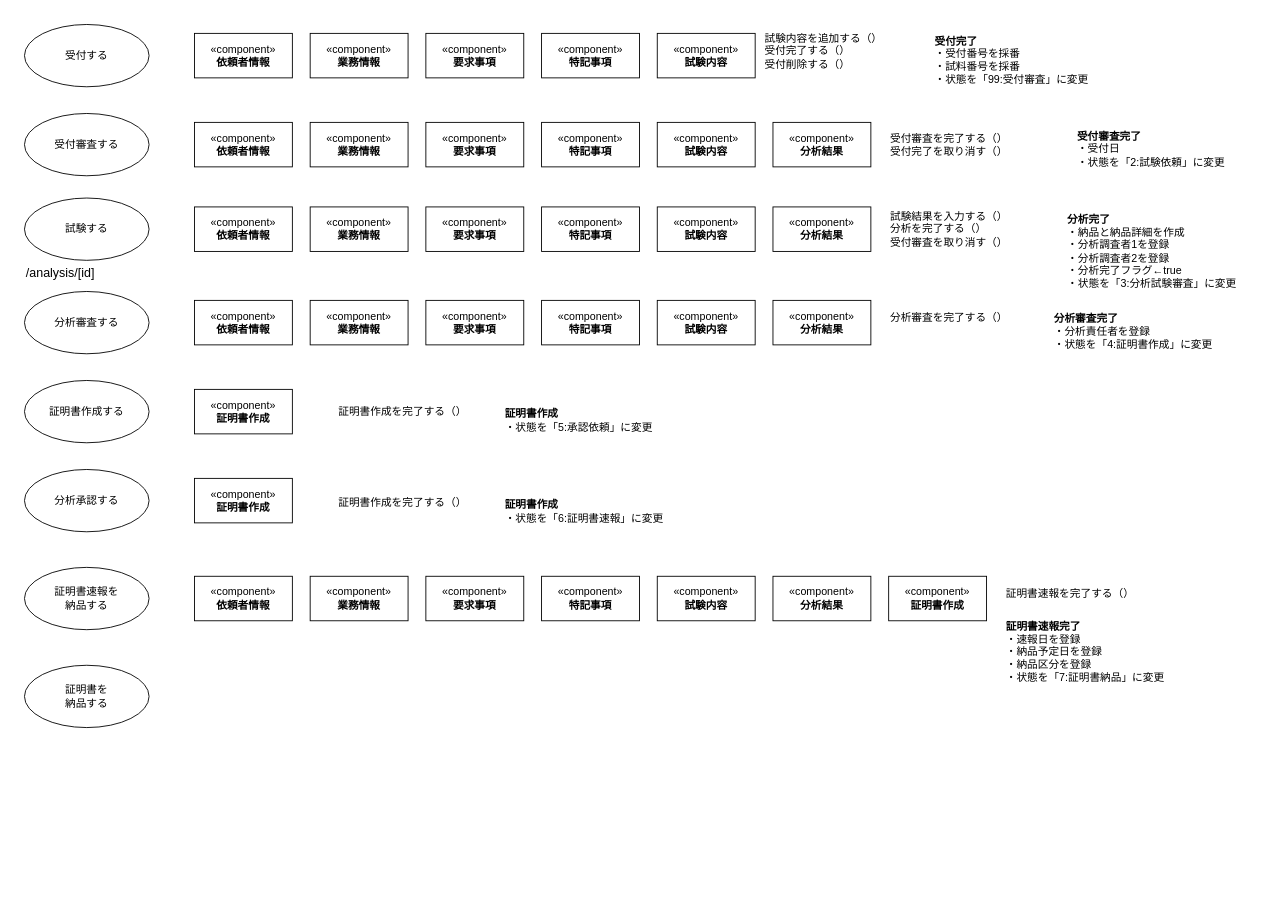
Above: page "コンポーネント検討" (7 of 8) of NELAB.drawio in kaoru387/draw.io (draw.io), before the change. Source tidied: cells renumbered, new cells numbered last; positions are measured from the earlier drawing's top-left corner, leaving out a move shared by most shapes. Both pictures are drawn from the tidied source at 89%, with x=0, y=0 at pixel (24, 15).
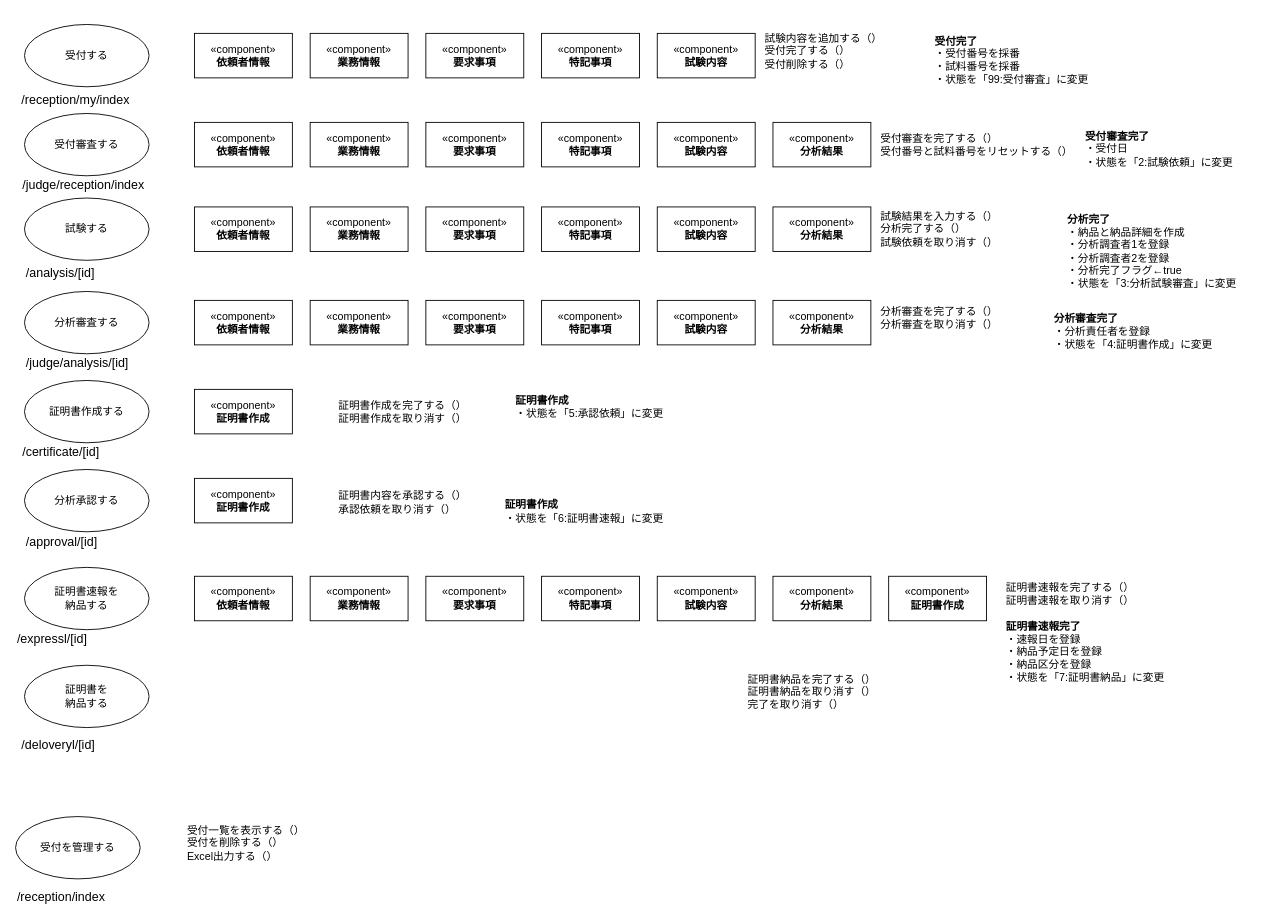
The same page after the edit.

Commit message:
NELAB.drawio を更新します

The edit, as a diff of the source:
```diff
@@
-    <mxCell id="26" value="&lt;div&gt;&lt;span style=&quot;background-color: initial;&quot;&gt;受付審査を完了する（）&lt;/span&gt;&lt;br&gt;&lt;/div&gt;&lt;div&gt;受付完了を取り消す（）&lt;/div&gt;" style="text;html=1;align=left;verticalAlign=middle;whiteSpace=wrap;rounded=0;" parent="1" vertex="1">
-      <mxGeometry x="971" y="105" width="210" height="80" as="geometry" />
+    <mxCell id="26" value="&lt;div&gt;&lt;span style=&quot;background-color: initial;&quot;&gt;受付審査を完了する（）&lt;/span&gt;&lt;br&gt;&lt;/div&gt;&lt;div&gt;受付番号と試料番号をリセットする（）&lt;/div&gt;" style="text;html=1;align=left;verticalAlign=middle;whiteSpace=wrap;rounded=0;" parent="1" vertex="1">
+      <mxGeometry x="960" y="105" width="220" height="80" as="geometry" />
     </mxCell>
@@
-    <mxCell id="33" value="&lt;div&gt;&lt;span style=&quot;background-color: initial;&quot;&gt;試験結果を入力する（）&lt;/span&gt;&lt;/div&gt;&lt;div&gt;&lt;span style=&quot;background-color: initial;&quot;&gt;分析を完了する（）&lt;/span&gt;&lt;/div&gt;&lt;div&gt;&lt;span style=&quot;background-color: initial;&quot;&gt;受付審査を取り消す（）&lt;/span&gt;&lt;/div&gt;" style="text;html=1;align=left;verticalAlign=middle;whiteSpace=wrap;rounded=0;" parent="1" vertex="1">
-      <mxGeometry x="971" y="210" width="170" height="60" as="geometry" />
+    <mxCell id="33" value="&lt;div&gt;&lt;span style=&quot;background-color: initial;&quot;&gt;試験結果を入力する（）&lt;/span&gt;&lt;/div&gt;&lt;div&gt;&lt;span style=&quot;background-color: initial;&quot;&gt;分析完了する（）&lt;/span&gt;&lt;/div&gt;&lt;div&gt;&lt;span style=&quot;background-color: initial;&quot;&gt;試験依頼を取り消す（）&lt;/span&gt;&lt;/div&gt;" style="text;html=1;align=left;verticalAlign=middle;whiteSpace=wrap;rounded=0;" parent="1" vertex="1">
+      <mxGeometry x="960" y="210" width="170" height="60" as="geometry" />
     </mxCell>
@@
     <mxCell id="35" value="&lt;div&gt;&lt;b&gt;受付審査完了&lt;/b&gt;&lt;/div&gt;&lt;div&gt;・受付日&lt;/div&gt;&lt;div&gt;&lt;span style=&quot;background-color: initial;&quot;&gt;・状態を&lt;/span&gt;「&lt;span style=&quot;background-color: initial;&quot;&gt;2:&lt;/span&gt;&lt;span style=&quot;background-color: initial;&quot;&gt;試験依頼」に変更&lt;/span&gt;&lt;/div&gt;" style="text;html=1;align=left;verticalAlign=middle;whiteSpace=wrap;rounded=0;" parent="1" vertex="1">
-      <mxGeometry x="1181" y="110" width="210" height="80" as="geometry" />
+      <mxGeometry x="1190" y="110" width="210" height="80" as="geometry" />
     </mxCell>
@@
-    <mxCell id="37" value="&lt;div&gt;&lt;span style=&quot;background-color: initial;&quot;&gt;分析審査を完了する（）&lt;/span&gt;&lt;/div&gt;" style="text;html=1;align=left;verticalAlign=middle;whiteSpace=wrap;rounded=0;" parent="1" vertex="1">
-      <mxGeometry x="971" y="310" width="170" height="60" as="geometry" />
+    <mxCell id="37" value="&lt;div&gt;&lt;span style=&quot;background-color: initial;&quot;&gt;分析審査を完了する（）&lt;/span&gt;&lt;/div&gt;&lt;div&gt;&lt;span style=&quot;background-color: initial;&quot;&gt;分析審査を取り消す（）&lt;/span&gt;&lt;/div&gt;" style="text;html=1;align=left;verticalAlign=middle;whiteSpace=wrap;rounded=0;" parent="1" vertex="1">
+      <mxGeometry x="960" y="310" width="170" height="60" as="geometry" />
     </mxCell>
@@
-    <mxCell id="40" value="&lt;div&gt;&lt;span style=&quot;background-color: initial;&quot;&gt;証明書作成を完了する（）&lt;/span&gt;&lt;/div&gt;" style="text;html=1;align=left;verticalAlign=middle;whiteSpace=wrap;rounded=0;" parent="1" vertex="1">
+    <mxCell id="40" value="&lt;div&gt;&lt;span style=&quot;background-color: initial;&quot;&gt;証明書作成を完了する（）&lt;/span&gt;&lt;/div&gt;&lt;div&gt;&lt;span style=&quot;background-color: initial;&quot;&gt;証明書作成を取り消す（）&lt;/span&gt;&lt;/div&gt;" style="text;html=1;align=left;verticalAlign=middle;whiteSpace=wrap;rounded=0;" parent="1" vertex="1">
       <mxGeometry x="351" y="415" width="170" height="60" as="geometry" />
     </mxCell>
@@
     <mxCell id="42" value="&lt;div&gt;&lt;b&gt;証明書作成&lt;/b&gt;&lt;/div&gt;&lt;div&gt;&lt;span style=&quot;background-color: initial;&quot;&gt;・状態を&lt;/span&gt;「5:承認依頼」に変更&lt;/div&gt;" style="text;html=1;align=left;verticalAlign=middle;whiteSpace=wrap;rounded=0;" parent="1" vertex="1">
-      <mxGeometry x="538" y="420" width="210" height="70" as="geometry" />
+      <mxGeometry x="550" y="405" width="210" height="70" as="geometry" />
     </mxCell>
@@
-    <mxCell id="44" value="&lt;div&gt;&lt;span style=&quot;background-color: initial;&quot;&gt;証明書作成を完了する（）&lt;/span&gt;&lt;/div&gt;" style="text;html=1;align=left;verticalAlign=middle;whiteSpace=wrap;rounded=0;" parent="1" vertex="1">
+    <mxCell id="44" value="&lt;div&gt;&lt;span style=&quot;background-color: initial;&quot;&gt;証明書内容を承認する（）&lt;/span&gt;&lt;/div&gt;&lt;div&gt;&lt;span style=&quot;background-color: initial;&quot;&gt;承認依頼を取り消す（）&lt;/span&gt;&lt;/div&gt;" style="text;html=1;align=left;verticalAlign=middle;whiteSpace=wrap;rounded=0;" parent="1" vertex="1">
       <mxGeometry x="351" y="517" width="170" height="60" as="geometry" />
     </mxCell>
@@
-    <mxCell id="53" value="&lt;div&gt;&lt;span style=&quot;background-color: initial;&quot;&gt;証明書速報を完了する（）&lt;/span&gt;&lt;/div&gt;" style="text;html=1;align=left;verticalAlign=middle;whiteSpace=wrap;rounded=0;" parent="1" vertex="1">
+    <mxCell id="53" value="&lt;div&gt;&lt;span style=&quot;background-color: initial;&quot;&gt;証明書速報を完了する（）&lt;/span&gt;&lt;/div&gt;&lt;div&gt;証明書速報を取り消す（）&lt;/div&gt;" style="text;html=1;align=left;verticalAlign=middle;whiteSpace=wrap;rounded=0;" parent="1" vertex="1">
       <mxGeometry x="1101" y="620" width="170" height="60" as="geometry" />
     </mxCell>
@@
+    <mxCell id="57" value="&lt;div style=&quot;font-size: 14px;&quot;&gt;&lt;span style=&quot;background-color: initial; font-size: 14px;&quot;&gt;/judge/analysis/[id]&lt;/span&gt;&lt;/div&gt;" style="text;html=1;align=left;verticalAlign=middle;whiteSpace=wrap;rounded=0;fontSize=14;" parent="1" vertex="1">
+      <mxGeometry y="380" width="150" height="20" as="geometry" />
+    </mxCell>
+    <mxCell id="58" value="&lt;div style=&quot;font-size: 14px;&quot;&gt;&lt;span style=&quot;background-color: initial; font-size: 14px;&quot;&gt;/judge/reception/index&lt;/span&gt;&lt;/div&gt;" style="text;html=1;align=left;verticalAlign=middle;whiteSpace=wrap;rounded=0;fontSize=14;" parent="1" vertex="1">
+      <mxGeometry x="-4" y="180" width="150" height="20" as="geometry" />
+    </mxCell>
+    <mxCell id="59" value="&lt;div style=&quot;font-size: 14px;&quot;&gt;&lt;span style=&quot;background-color: initial; font-size: 14px;&quot;&gt;/reception/my/index&lt;/span&gt;&lt;/div&gt;" style="text;html=1;align=left;verticalAlign=middle;whiteSpace=wrap;rounded=0;fontSize=14;" parent="1" vertex="1">
+      <mxGeometry x="-5" y="85" width="150" height="20" as="geometry" />
+    </mxCell>
+    <mxCell id="60" value="&lt;div style=&quot;font-size: 14px;&quot;&gt;&lt;span style=&quot;background-color: initial; font-size: 14px;&quot;&gt;/certificate/[id]&lt;/span&gt;&lt;/div&gt;" style="text;html=1;align=left;verticalAlign=middle;whiteSpace=wrap;rounded=0;fontSize=14;" parent="1" vertex="1">
+      <mxGeometry x="-4" y="480" width="150" height="20" as="geometry" />
+    </mxCell>
+    <mxCell id="61" value="&lt;div style=&quot;font-size: 14px;&quot;&gt;&lt;span style=&quot;background-color: initial; font-size: 14px;&quot;&gt;/approval/[id]&lt;/span&gt;&lt;/div&gt;" style="text;html=1;align=left;verticalAlign=middle;whiteSpace=wrap;rounded=0;fontSize=14;" parent="1" vertex="1">
+      <mxGeometry y="581" width="150" height="20" as="geometry" />
+    </mxCell>
+    <mxCell id="62" value="&lt;div style=&quot;font-size: 14px;&quot;&gt;&lt;span style=&quot;background-color: initial; font-size: 14px;&quot;&gt;/expressl/[id]&lt;/span&gt;&lt;/div&gt;" style="text;html=1;align=left;verticalAlign=middle;whiteSpace=wrap;rounded=0;fontSize=14;" parent="1" vertex="1">
+      <mxGeometry x="-10" y="690" width="150" height="20" as="geometry" />
+    </mxCell>
+    <mxCell id="63" value="&lt;div style=&quot;font-size: 14px;&quot;&gt;&lt;span style=&quot;background-color: initial; font-size: 14px;&quot;&gt;/deloveryl/[id]&lt;/span&gt;&lt;/div&gt;" style="text;html=1;align=left;verticalAlign=middle;whiteSpace=wrap;rounded=0;fontSize=14;" parent="1" vertex="1">
+      <mxGeometry x="-5" y="810" width="150" height="20" as="geometry" />
+    </mxCell>
+    <mxCell id="64" value="&lt;div&gt;&lt;span style=&quot;background-color: initial;&quot;&gt;証明書納品を完了する（）&lt;/span&gt;&lt;/div&gt;&lt;div&gt;証明書納品を取り消す（）&lt;/div&gt;&lt;div&gt;完了を取り消す（）&lt;/div&gt;" style="text;html=1;align=left;verticalAlign=middle;whiteSpace=wrap;rounded=0;" parent="1" vertex="1">
+      <mxGeometry x="811" y="730" width="170" height="60" as="geometry" />
+    </mxCell>
+    <mxCell id="65" value="&lt;div style=&quot;font-size: 14px;&quot;&gt;&lt;span style=&quot;background-color: initial; font-size: 14px;&quot;&gt;/reception/index&lt;/span&gt;&lt;/div&gt;" style="text;html=1;align=left;verticalAlign=middle;whiteSpace=wrap;rounded=0;fontSize=14;" parent="1" vertex="1">
+      <mxGeometry x="-10" y="980" width="150" height="20" as="geometry" />
+    </mxCell>
+    <mxCell id="66" value="&lt;div&gt;受付を管理する&lt;/div&gt;" style="ellipse;whiteSpace=wrap;html=1;" parent="1" vertex="1">
+      <mxGeometry x="-10" y="900" width="140" height="70" as="geometry" />
+    </mxCell>
+    <mxCell id="67" value="&lt;div&gt;&lt;span style=&quot;background-color: initial;&quot;&gt;受付一覧を表示する（）&lt;/span&gt;&lt;/div&gt;&lt;div&gt;受付を削除する（）&lt;/div&gt;&lt;div&gt;Excel出力する（）&lt;/div&gt;" style="text;html=1;align=left;verticalAlign=middle;whiteSpace=wrap;rounded=0;" parent="1" vertex="1">
+      <mxGeometry x="181" y="900" width="170" height="60" as="geometry" />
+    </mxCell>
```
